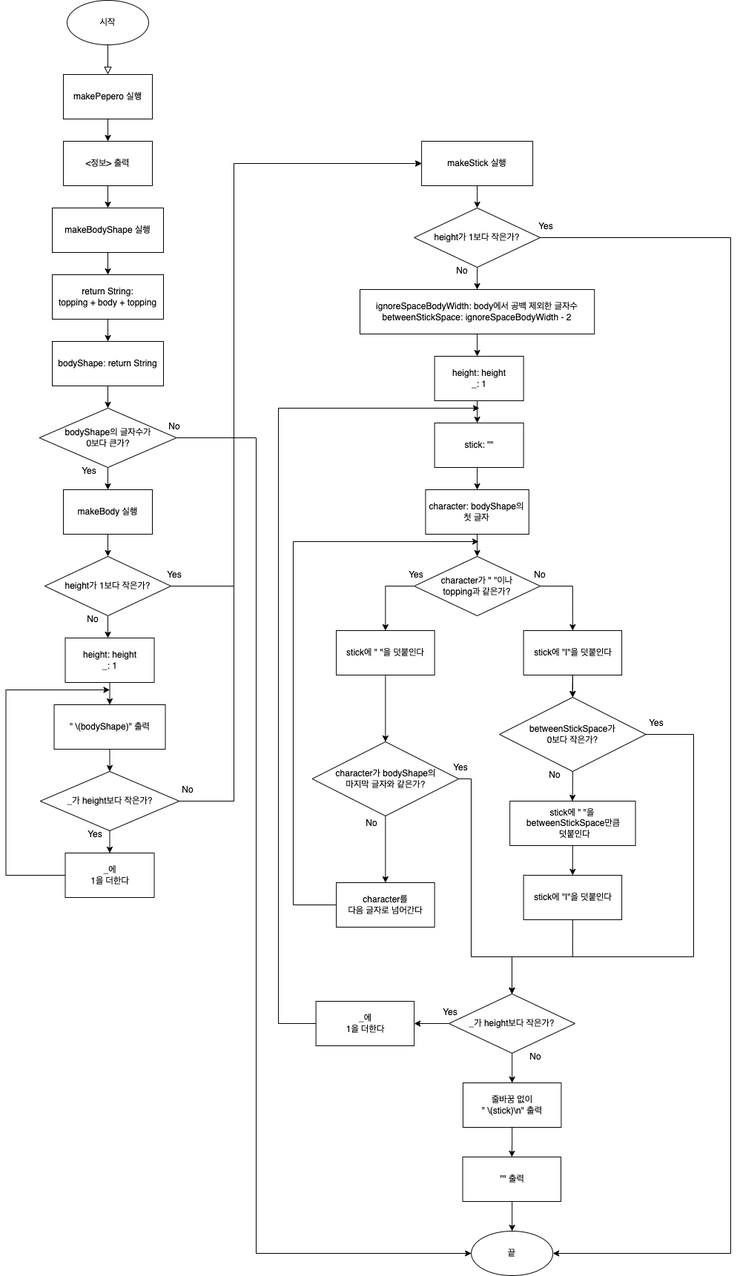
The draw.io diagram Step3_FlowChart.png in yagom-academy/swift-starter-Round1, before a commit. Source tidied: cells renumbered, new cells last; positions are measured from the earlier drawing's top-left corner, leaving out a move shared by most shapes.
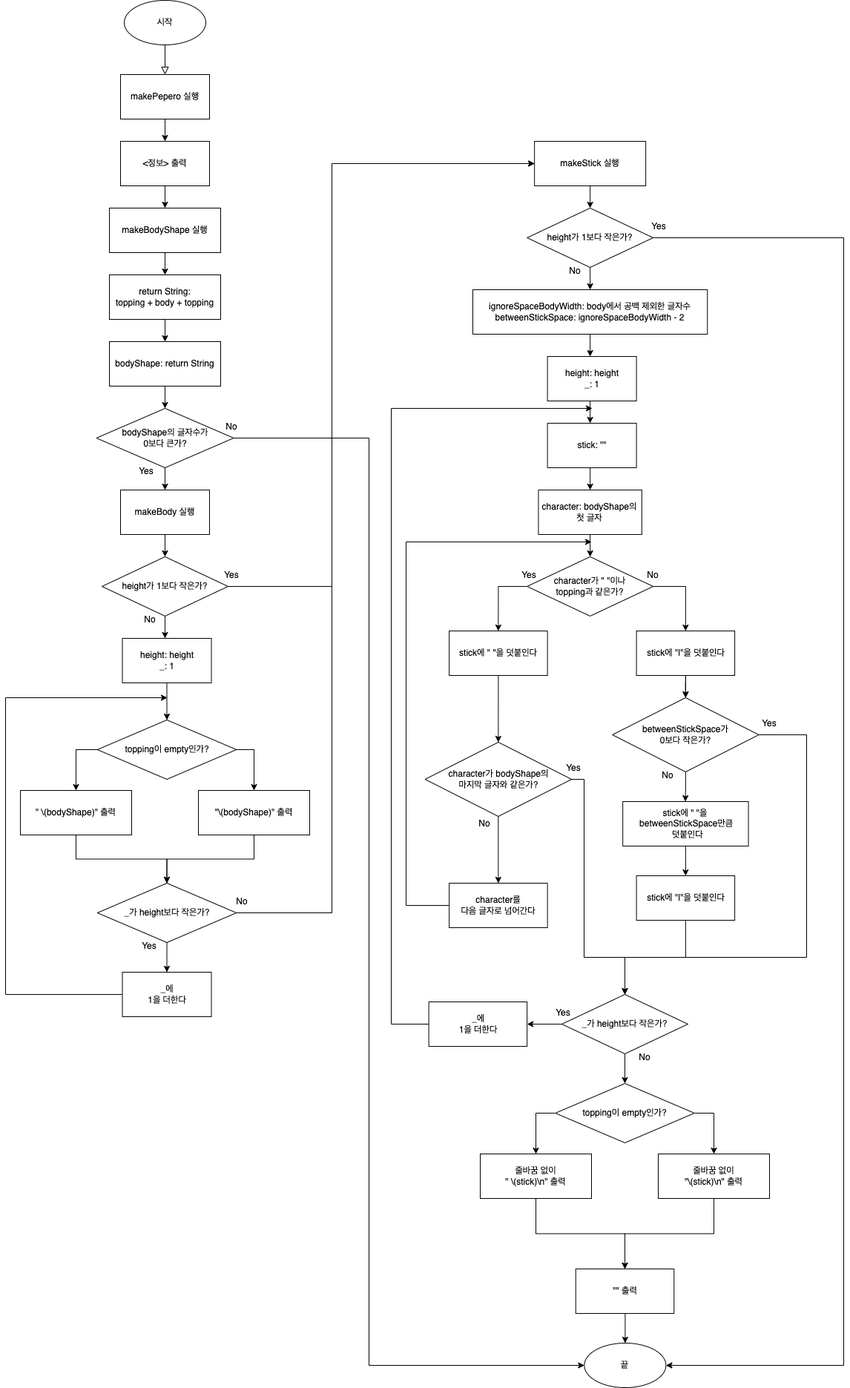
Above is the later version.

Diff of the diagram source:
```diff
@@ -4,129 +4,129 @@
     <mxCell id="1" parent="0" />
     <mxCell id="2" style="rounded=0;html=1;jettySize=auto;fontSize=11;endArrow=block;endFill=0;endSize=8;strokeWidth=1;shadow=0;labelBackgroundColor=none;edgeStyle=orthogonalEdgeStyle;entryX=0.5;entryY=0;entryDx=0;entryDy=0;" parent="1" edge="1" target="4">
       <mxGeometry relative="1" as="geometry">
-        <mxPoint x="138" y="60" as="sourcePoint" />
+        <mxPoint x="63" y="60" as="sourcePoint" />
       </mxGeometry>
     </mxCell>
     <mxCell id="3" style="edgeStyle=orthogonalEdgeStyle;rounded=0;jettySize=auto;html=1;" parent="1" edge="1" source="4" target="6">
       <mxGeometry relative="1" as="geometry" />
     </mxCell>
     <mxCell id="4" value="makePepero 실행" style="rounded=0;whiteSpace=wrap;html=1;" parent="1" vertex="1">
-      <mxGeometry x="78" y="100" width="120" height="60" as="geometry" />
+      <mxGeometry x="3" y="100" width="120" height="60" as="geometry" />
     </mxCell>
     <mxCell id="5" value="시작" style="ellipse;whiteSpace=wrap;html=1;" parent="1" vertex="1">
-      <mxGeometry x="83" width="110" height="60" as="geometry" />
+      <mxGeometry x="8" width="110" height="60" as="geometry" />
     </mxCell>
     <mxCell id="6" value="&amp;lt;정보&amp;gt; 출력" style="whiteSpace=wrap;html=1;rounded=0;" parent="1" vertex="1">
-      <mxGeometry x="78" y="190" width="120" height="60" as="geometry" />
+      <mxGeometry x="3" y="190" width="120" height="60" as="geometry" />
     </mxCell>
     <mxCell id="7" style="edgeStyle=orthogonalEdgeStyle;rounded=0;jettySize=auto;html=1;" parent="1" edge="1" target="9">
       <mxGeometry relative="1" as="geometry">
-        <mxPoint x="138" y="250" as="sourcePoint" />
+        <mxPoint x="63" y="250" as="sourcePoint" />
       </mxGeometry>
     </mxCell>
     <mxCell id="8" style="edgeStyle=orthogonalEdgeStyle;rounded=0;jettySize=auto;html=1;" parent="1" edge="1" source="9" target="58">
       <mxGeometry relative="1" as="geometry" />
     </mxCell>
     <mxCell id="9" value="makeBodyShape 실행" style="whiteSpace=wrap;html=1;rounded=0;" parent="1" vertex="1">
-      <mxGeometry x="63" y="280" width="150" height="60" as="geometry" />
+      <mxGeometry x="-12" y="280" width="150" height="60" as="geometry" />
     </mxCell>
     <mxCell id="10" style="edgeStyle=orthogonalEdgeStyle;rounded=0;jettySize=auto;html=1;exitX=0.5;exitY=1;exitDx=0;exitDy=0;entryX=0.5;entryY=0;entryDx=0;entryDy=0;" parent="1" edge="1" source="11" target="14">
       <mxGeometry relative="1" as="geometry" />
     </mxCell>
     <mxCell id="11" value="bodyShape: return String" style="whiteSpace=wrap;html=1;rounded=0;" parent="1" vertex="1">
-      <mxGeometry x="63" y="460" width="150" height="60" as="geometry" />
+      <mxGeometry x="-12" y="460" width="150" height="60" as="geometry" />
     </mxCell>
     <mxCell id="12" style="edgeStyle=orthogonalEdgeStyle;rounded=0;jettySize=auto;html=1;" parent="1" edge="1" source="14" target="15">
       <mxGeometry relative="1" as="geometry" />
     </mxCell>
-    <mxCell id="13" style="edgeStyle=orthogonalEdgeStyle;rounded=0;jettySize=auto;html=1;exitX=1;exitY=0.5;exitDx=0;exitDy=0;entryX=0;entryY=0.5;entryDx=0;entryDy=0;" parent="1" edge="1" source="14" target="83">
+    <mxCell id="13" style="edgeStyle=orthogonalEdgeStyle;rounded=0;jettySize=auto;html=1;exitX=1;exitY=0.5;exitDx=0;exitDy=0;" parent="1" edge="1" source="14" target="83">
       <mxGeometry relative="1" as="geometry">
         <Array as="points">
           <mxPoint x="338" y="590" />
-          <mxPoint x="338" y="1690" />
+          <mxPoint x="338" y="1840" />
         </Array>
       </mxGeometry>
     </mxCell>
     <mxCell id="14" value="bodyShape의 글자수가 &lt;br&gt;0보다 큰가?" style="rhombus;whiteSpace=wrap;html=1;" parent="1" vertex="1">
-      <mxGeometry x="45.5" y="550" width="185" height="80" as="geometry" />
+      <mxGeometry x="-29.5" y="550" width="185" height="80" as="geometry" />
     </mxCell>
     <mxCell id="15" value="makeBody 실행" style="whiteSpace=wrap;html=1;" parent="1" vertex="1">
-      <mxGeometry x="78" y="660" width="120" height="60" as="geometry" />
+      <mxGeometry x="3" y="660" width="120" height="60" as="geometry" />
     </mxCell>
     <mxCell id="16" value="Yes" style="text;html=1;strokeColor=none;fillColor=none;align=center;verticalAlign=middle;whiteSpace=wrap;rounded=0;" parent="1" vertex="1">
-      <mxGeometry x="83" y="620" width="60" height="30" as="geometry" />
+      <mxGeometry x="8" y="620" width="60" height="30" as="geometry" />
     </mxCell>
     <mxCell id="17" value="No" style="text;html=1;strokeColor=none;fillColor=none;align=center;verticalAlign=middle;whiteSpace=wrap;rounded=0;" parent="1" vertex="1">
-      <mxGeometry x="198" y="560" width="60" height="30" as="geometry" />
+      <mxGeometry x="123" y="560" width="60" height="30" as="geometry" />
     </mxCell>
     <mxCell id="18" style="edgeStyle=orthogonalEdgeStyle;rounded=0;orthogonalLoop=1;jettySize=auto;html=1;" parent="1" edge="1">
       <mxGeometry relative="1" as="geometry">
-        <mxPoint x="138" y="720" as="sourcePoint" />
-        <mxPoint x="138" y="750" as="targetPoint" />
+        <mxPoint x="63" y="720" as="sourcePoint" />
+        <mxPoint x="63" y="750" as="targetPoint" />
       </mxGeometry>
     </mxCell>
     <mxCell id="19" style="edgeStyle=orthogonalEdgeStyle;rounded=0;jettySize=auto;html=1;exitX=1;exitY=0.5;exitDx=0;exitDy=0;entryX=0;entryY=0.5;entryDx=0;entryDy=0;" parent="1" edge="1" source="21" target="35">
       <mxGeometry relative="1" as="geometry">
         <Array as="points">
-          <mxPoint x="308" y="790" />
-          <mxPoint x="308" y="220" />
+          <mxPoint x="288" y="790" />
+          <mxPoint x="288" y="220" />
         </Array>
       </mxGeometry>
     </mxCell>
     <mxCell id="20" style="edgeStyle=orthogonalEdgeStyle;rounded=0;jettySize=auto;html=1;exitX=0.5;exitY=1;exitDx=0;exitDy=0;entryX=0.5;entryY=0;entryDx=0;entryDy=0;" parent="1" edge="1" source="21">
       <mxGeometry relative="1" as="geometry">
-        <mxPoint x="138" y="860" as="targetPoint" />
+        <mxPoint x="63" y="860" as="targetPoint" />
       </mxGeometry>
     </mxCell>
     <mxCell id="21" value="height가 1보다 작은가?" style="rhombus;whiteSpace=wrap;html=1;" parent="1" vertex="1">
-      <mxGeometry x="53" y="750" width="170" height="80" as="geometry" />
+      <mxGeometry x="-22" y="750" width="170" height="80" as="geometry" />
     </mxCell>
     <mxCell id="22" value="Yes" style="text;html=1;strokeColor=none;fillColor=none;align=center;verticalAlign=middle;whiteSpace=wrap;rounded=0;" parent="1" vertex="1">
-      <mxGeometry x="198" y="760" width="60" height="30" as="geometry" />
+      <mxGeometry x="123" y="760" width="60" height="30" as="geometry" />
     </mxCell>
     <mxCell id="23" value="No" style="text;html=1;strokeColor=none;fillColor=none;align=center;verticalAlign=middle;whiteSpace=wrap;rounded=0;" parent="1" vertex="1">
-      <mxGeometry x="88" y="820" width="60" height="30" as="geometry" />
+      <mxGeometry x="13" y="820" width="60" height="30" as="geometry" />
     </mxCell>
-    <mxCell id="24" style="edgeStyle=orthogonalEdgeStyle;rounded=0;jettySize=auto;html=1;exitX=0.5;exitY=1;exitDx=0;exitDy=0;entryX=0.5;entryY=0;entryDx=0;entryDy=0;" parent="1" edge="1" source="25" target="33">
-      <mxGeometry relative="1" as="geometry" />
-    </mxCell>
+    <mxCell id="90" style="edgeStyle=orthogonalEdgeStyle;rounded=0;jettySize=auto;html=1;exitX=0.5;exitY=1;exitDx=0;exitDy=0;entryX=0.5;entryY=0;entryDx=0;entryDy=0;" parent="1" edge="1" source="25" target="94">
+      <mxGeometry relative="1" as="geometry" />
+    </mxCell>
     <mxCell id="25" value="height: height&lt;br&gt;_: 1" style="rounded=0;whiteSpace=wrap;html=1;" parent="1" vertex="1">
-      <mxGeometry x="80.5" y="860" width="120" height="60" as="geometry" />
+      <mxGeometry x="5.5" y="860" width="120" height="60" as="geometry" />
     </mxCell>
     <mxCell id="26" value="_가 height보다 작은가?" style="rhombus;whiteSpace=wrap;html=1;" parent="1" vertex="1">
-      <mxGeometry x="46.8" y="1040" width="187.5" height="80" as="geometry" />
+      <mxGeometry x="-28.2" y="1190" width="187.5" height="80" as="geometry" />
     </mxCell>
     <mxCell id="27" value="Yes" style="text;html=1;strokeColor=none;fillColor=none;align=center;verticalAlign=middle;whiteSpace=wrap;rounded=0;" parent="1" vertex="1">
-      <mxGeometry x="90.5" y="1110" width="60" height="30" as="geometry" />
+      <mxGeometry x="11.8" y="1260" width="60" height="30" as="geometry" />
     </mxCell>
     <mxCell id="28" style="edgeStyle=orthogonalEdgeStyle;rounded=0;jettySize=auto;html=1;exitX=0;exitY=0.5;exitDx=0;exitDy=0;" parent="1" edge="1" source="30">
       <mxGeometry relative="1" as="geometry">
-        <mxPoint x="140.5" y="930" as="targetPoint" />
+        <mxPoint x="66" y="940" as="targetPoint" />
         <Array as="points">
-          <mxPoint x="0.5" y="1180" />
-          <mxPoint x="0.5" y="930" />
+          <mxPoint x="-152" y="1340" />
+          <mxPoint x="-152" y="940" />
         </Array>
       </mxGeometry>
     </mxCell>
     <mxCell id="29" style="edgeStyle=orthogonalEdgeStyle;rounded=0;jettySize=auto;html=1;entryX=0;entryY=0.5;entryDx=0;entryDy=0;exitX=1;exitY=0.5;exitDx=0;exitDy=0;" parent="1" edge="1" source="26" target="35">
       <mxGeometry relative="1" as="geometry">
         <Array as="points">
-          <mxPoint x="308" y="1080" />
-          <mxPoint x="308" y="220" />
+          <mxPoint x="288" y="1230" />
+          <mxPoint x="288" y="220" />
         </Array>
       </mxGeometry>
     </mxCell>
     <mxCell id="30" value="_에&lt;br&gt;1을 더한다" style="rounded=0;whiteSpace=wrap;html=1;" parent="1" vertex="1">
-      <mxGeometry x="80.5" y="1150" width="120" height="60" as="geometry" />
+      <mxGeometry x="5.5" y="1310" width="120" height="60" as="geometry" />
     </mxCell>
-    <mxCell id="31" style="endArrow=classic;html=1;rounded=0;exitX=0.5;exitY=1;exitDx=0;exitDy=0;entryX=0.5;entryY=0;entryDx=0;entryDy=0;" parent="1" edge="1" source="26" target="30">
+    <mxCell id="31" style="endArrow=classic;html=1;rounded=0;entryX=0.5;entryY=0;entryDx=0;entryDy=0;" parent="1" edge="1" source="26" target="30">
       <mxGeometry relative="1" as="geometry" />
     </mxCell>
     <mxCell id="32" style="edgeStyle=orthogonalEdgeStyle;rounded=0;jettySize=auto;html=1;exitX=0.5;exitY=1;exitDx=0;exitDy=0;entryX=0.5;entryY=0;entryDx=0;entryDy=0;" parent="1" edge="1" source="33" target="26">
       <mxGeometry relative="1" as="geometry" />
     </mxCell>
     <mxCell id="33" value="&quot; \(bodyShape)&quot; 출력" style="rounded=0;whiteSpace=wrap;html=1;" parent="1" vertex="1">
-      <mxGeometry x="65.5" y="950" width="150" height="60" as="geometry" />
+      <mxGeometry x="-132" y="1065" width="150" height="60" as="geometry" />
     </mxCell>
     <mxCell id="34" style="edgeStyle=orthogonalEdgeStyle;rounded=0;jettySize=auto;html=1;exitX=0.5;exitY=1;exitDx=0;exitDy=0;entryX=0.5;entryY=0;entryDx=0;entryDy=0;" parent="1" edge="1" source="35" target="39">
       <mxGeometry relative="1" as="geometry" />
@@ -135,18 +135,18 @@
       <mxGeometry x="561.1" y="190" width="150" height="60" as="geometry" />
     </mxCell>
     <mxCell id="36" value="No" style="text;html=1;strokeColor=none;fillColor=none;align=center;verticalAlign=middle;whiteSpace=wrap;rounded=0;" parent="1" vertex="1">
-      <mxGeometry x="215.5" y="1050" width="60" height="30" as="geometry" />
+      <mxGeometry x="136.8" y="1200" width="60" height="30" as="geometry" />
     </mxCell>
     <mxCell id="37" style="edgeStyle=orthogonalEdgeStyle;rounded=0;jettySize=auto;html=1;exitX=0.5;exitY=1;exitDx=0;exitDy=0;entryX=0.5;entryY=0;entryDx=0;entryDy=0;" parent="1" edge="1" source="39">
       <mxGeometry relative="1" as="geometry">
         <mxPoint x="636.1" y="390" as="targetPoint" />
       </mxGeometry>
     </mxCell>
-    <mxCell id="38" style="edgeStyle=orthogonalEdgeStyle;rounded=0;jettySize=auto;html=1;exitX=1;exitY=0.5;exitDx=0;exitDy=0;entryX=1;entryY=0.5;entryDx=0;entryDy=0;" parent="1" edge="1" source="39" target="83">
+    <mxCell id="38" style="edgeStyle=orthogonalEdgeStyle;rounded=0;jettySize=auto;html=1;exitX=1;exitY=0.5;exitDx=0;exitDy=0;" parent="1" edge="1" source="39" target="83">
       <mxGeometry relative="1" as="geometry">
         <Array as="points">
           <mxPoint x="978" y="320" />
-          <mxPoint x="978" y="1690" />
+          <mxPoint x="978" y="1840" />
         </Array>
       </mxGeometry>
     </mxCell>
@@ -228,7 +228,7 @@
       <mxGeometry relative="1" as="geometry" />
     </mxCell>
     <mxCell id="58" value="return String:&lt;br&gt;topping + body + topping" style="whiteSpace=wrap;html=1;rounded=0;" parent="1" vertex="1">
-      <mxGeometry x="63" y="370" width="150" height="60" as="geometry" />
+      <mxGeometry x="-12" y="370" width="150" height="60" as="geometry" />
     </mxCell>
     <mxCell id="59" style="edgeStyle=orthogonalEdgeStyle;rounded=0;jettySize=auto;html=1;exitX=0;exitY=0.5;exitDx=0;exitDy=0;" parent="1" edge="1" source="88">
       <mxGeometry relative="1" as="geometry">
@@ -306,35 +306,27 @@
     <mxCell id="75" value="stick에 &quot;|&quot;을 덧붙인다" style="rounded=0;whiteSpace=wrap;html=1;" parent="1" vertex="1">
       <mxGeometry x="698.6" y="1180" width="132.5" height="60" as="geometry" />
     </mxCell>
-    <mxCell id="76" style="edgeStyle=orthogonalEdgeStyle;rounded=0;jettySize=auto;html=1;exitX=0.5;exitY=1;exitDx=0;exitDy=0;entryX=0.5;entryY=0;entryDx=0;entryDy=0;" parent="1" edge="1" source="77" target="82">
-      <mxGeometry relative="1" as="geometry" />
-    </mxCell>
-    <mxCell id="77" value="줄바꿈 없이&lt;br&gt;&quot; \(stick)\n&quot; 출력" style="rounded=0;whiteSpace=wrap;html=1;" parent="1" vertex="1">
-      <mxGeometry x="616.9" y="1460" width="132.5" height="60" as="geometry" />
-    </mxCell>
-    <mxCell id="78" style="edgeStyle=orthogonalEdgeStyle;rounded=0;jettySize=auto;html=1;exitX=0.5;exitY=1;exitDx=0;exitDy=0;entryX=0.5;entryY=0;entryDx=0;entryDy=0;" parent="1" edge="1" target="77">
-      <mxGeometry relative="1" as="geometry">
-        <mxPoint x="683.2" y="1420" as="sourcePoint" />
-      </mxGeometry>
-    </mxCell>
     <mxCell id="79" style="edgeStyle=orthogonalEdgeStyle;rounded=0;jettySize=auto;html=1;exitX=0;exitY=0.5;exitDx=0;exitDy=0;entryX=1;entryY=0.5;entryDx=0;entryDy=0;" parent="1" edge="1" source="80" target="87">
       <mxGeometry relative="1" as="geometry" />
     </mxCell>
+    <mxCell id="91" style="edgeStyle=orthogonalEdgeStyle;rounded=0;jettySize=auto;html=1;exitX=0.5;exitY=1;exitDx=0;exitDy=0;entryX=0.5;entryY=0;entryDx=0;entryDy=0;" parent="1" edge="1" source="80" target="99">
+      <mxGeometry relative="1" as="geometry" />
+    </mxCell>
     <mxCell id="80" value="_가 height보다 작은가?" style="rhombus;whiteSpace=wrap;html=1;" parent="1" vertex="1">
       <mxGeometry x="598" y="1340" width="170" height="80" as="geometry" />
     </mxCell>
     <mxCell id="81" value="No" style="text;html=1;strokeColor=none;fillColor=none;align=center;verticalAlign=middle;whiteSpace=wrap;rounded=0;" parent="1" vertex="1">
-      <mxGeometry x="685" y="1410" width="60" height="30" as="geometry" />
+      <mxGeometry x="680.2" y="1410" width="60" height="30" as="geometry" />
     </mxCell>
     <mxCell id="82" value="&quot;&quot; 출력" style="rounded=0;whiteSpace=wrap;html=1;" parent="1" vertex="1">
-      <mxGeometry x="616.6" y="1560" width="132.5" height="60" as="geometry" />
+      <mxGeometry x="616.8" y="1710" width="132.5" height="60" as="geometry" />
     </mxCell>
     <mxCell id="83" value="끝" style="ellipse;whiteSpace=wrap;html=1;" parent="1" vertex="1">
-      <mxGeometry x="628.2" y="1660" width="110" height="60" as="geometry" />
+      <mxGeometry x="628.4" y="1810" width="110" height="60" as="geometry" />
     </mxCell>
     <mxCell id="84" style="edgeStyle=orthogonalEdgeStyle;rounded=0;jettySize=auto;html=1;exitX=0.5;exitY=1;exitDx=0;exitDy=0;entryX=0.5;entryY=0;entryDx=0;entryDy=0;" parent="1" edge="1" target="83">
       <mxGeometry relative="1" as="geometry">
-        <mxPoint x="683.2" y="1620" as="sourcePoint" />
+        <mxPoint x="683.4" y="1770" as="sourcePoint" />
       </mxGeometry>
     </mxCell>
     <mxCell id="85" value="Yes" style="text;html=1;strokeColor=none;fillColor=none;align=center;verticalAlign=middle;whiteSpace=wrap;rounded=0;" parent="1" vertex="1">
@@ -358,5 +350,41 @@
     <mxCell id="89" value="No" style="text;html=1;strokeColor=none;fillColor=none;align=center;verticalAlign=middle;whiteSpace=wrap;rounded=0;" parent="1" vertex="1">
       <mxGeometry x="464" y="1095" width="60" height="30" as="geometry" />
     </mxCell>
+    <mxCell id="92" style="edgeStyle=orthogonalEdgeStyle;rounded=0;jettySize=auto;html=1;exitX=0;exitY=0.5;exitDx=0;exitDy=0;" parent="1" edge="1" source="94" target="33">
+      <mxGeometry relative="1" as="geometry" />
+    </mxCell>
+    <mxCell id="93" style="edgeStyle=orthogonalEdgeStyle;rounded=0;jettySize=auto;html=1;exitX=1;exitY=0.5;exitDx=0;exitDy=0;" parent="1" edge="1" source="94" target="96">
+      <mxGeometry relative="1" as="geometry" />
+    </mxCell>
+    <mxCell id="94" value="topping이 empty인가?" style="rhombus;whiteSpace=wrap;html=1;" parent="1" vertex="1">
+      <mxGeometry x="-28.2" y="970" width="187.5" height="80" as="geometry" />
+    </mxCell>
+    <mxCell id="95" style="edgeStyle=orthogonalEdgeStyle;rounded=0;jettySize=auto;html=1;exitX=0.5;exitY=1;exitDx=0;exitDy=0;entryX=0.5;entryY=0;entryDx=0;entryDy=0;" parent="1" edge="1" source="96" target="26">
+      <mxGeometry relative="1" as="geometry" />
+    </mxCell>
+    <mxCell id="96" value="&quot;\(bodyShape)&quot; 출력" style="rounded=0;whiteSpace=wrap;html=1;" parent="1" vertex="1">
+      <mxGeometry x="108" y="1065" width="150" height="60" as="geometry" />
+    </mxCell>
+    <mxCell id="76" style="edgeStyle=orthogonalEdgeStyle;rounded=0;jettySize=auto;html=1;exitX=0.5;exitY=1;exitDx=0;exitDy=0;entryX=0.5;entryY=0;entryDx=0;entryDy=0;" parent="1" edge="1" source="77" target="82">
+      <mxGeometry relative="1" as="geometry" />
+    </mxCell>
+    <mxCell id="77" value="줄바꿈 없이&lt;br style=&quot;border-color: var(--border-color);&quot;&gt;&quot; \(stick)\n&quot; 출력" style="rounded=0;whiteSpace=wrap;html=1;" parent="1" vertex="1">
+      <mxGeometry x="488" y="1555" width="150" height="60" as="geometry" />
+    </mxCell>
+    <mxCell id="97" style="edgeStyle=orthogonalEdgeStyle;rounded=0;jettySize=auto;html=1;exitX=0;exitY=0.5;exitDx=0;exitDy=0;" parent="1" edge="1" source="99" target="77">
+      <mxGeometry relative="1" as="geometry" />
+    </mxCell>
+    <mxCell id="98" style="edgeStyle=orthogonalEdgeStyle;rounded=0;jettySize=auto;html=1;exitX=1;exitY=0.5;exitDx=0;exitDy=0;" parent="1" edge="1" source="99" target="101">
+      <mxGeometry relative="1" as="geometry" />
+    </mxCell>
+    <mxCell id="99" value="topping이 empty인가?" style="rhombus;whiteSpace=wrap;html=1;" parent="1" vertex="1">
+      <mxGeometry x="589.2" y="1460" width="187.5" height="80" as="geometry" />
+    </mxCell>
+    <mxCell id="100" style="edgeStyle=orthogonalEdgeStyle;rounded=0;jettySize=auto;html=1;exitX=0.5;exitY=1;exitDx=0;exitDy=0;entryX=0.5;entryY=0;entryDx=0;entryDy=0;" parent="1" edge="1" source="101" target="82">
+      <mxGeometry relative="1" as="geometry" />
+    </mxCell>
+    <mxCell id="101" value="줄바꿈 없이&lt;br style=&quot;border-color: var(--border-color);&quot;&gt;&quot;\(stick)\n&quot; 출력" style="rounded=0;whiteSpace=wrap;html=1;" parent="1" vertex="1">
+      <mxGeometry x="728" y="1555" width="150" height="60" as="geometry" />
+    </mxCell>
   </root>
 </mxGraphModel>
```
